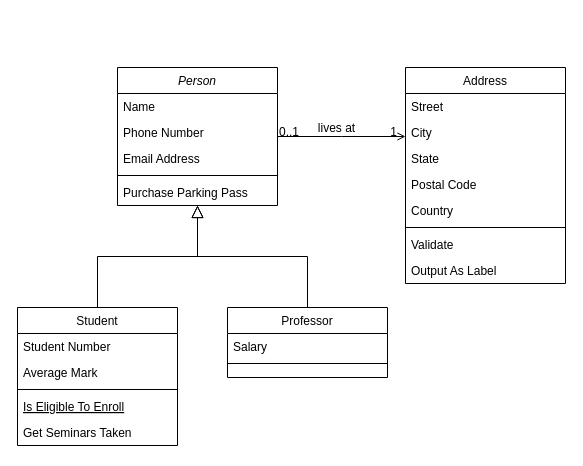
Before: Untitled Diagram.drawio in jiajianfeng1993/0523, a draw.io diagram. Source tidied: cells renumbered, new cells numbered last; positions are measured from the earlier drawing's top-left corner, leaving out a move shared by most shapes. Both pictures are drawn from the tidied source at 100%, with x=0, y=0 at pixel (17, 67).
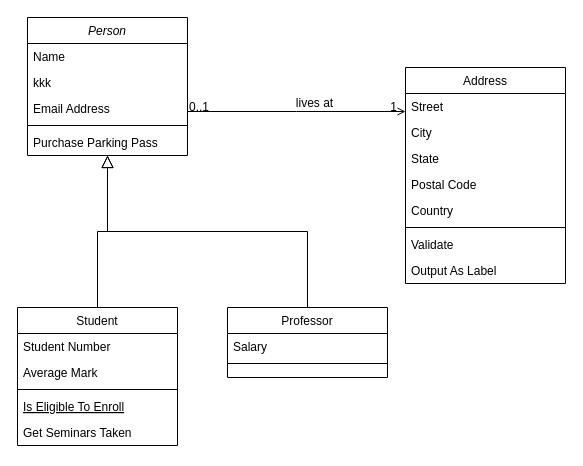
The same page after the edit.

The edit, as a diff of the source:
```diff
@@
     <mxCell id="2" value="Person" style="swimlane;fontStyle=2;align=center;verticalAlign=top;horizontal=1;startSize=26;rounded=0;shadow=0;strokeWidth=1;" parent="1" vertex="1">
-      <mxGeometry x="100" width="160" height="138" as="geometry" />
+      <mxGeometry x="10" y="-50" width="160" height="138" as="geometry" />
     </mxCell>
@@
-    <mxCell id="4" value="Phone Number" style="text;align=left;verticalAlign=top;spacingLeft=4;spacingRight=4;overflow=hidden;rounded=0;shadow=0;html=0;" parent="2" vertex="1">
+    <mxCell id="4" value="kkk" style="text;align=left;verticalAlign=top;spacingLeft=4;spacingRight=4;overflow=hidden;rounded=0;shadow=0;html=0;" parent="2" vertex="1">
       <mxGeometry y="52" width="160" height="26" as="geometry" />
     </mxCell>
```
